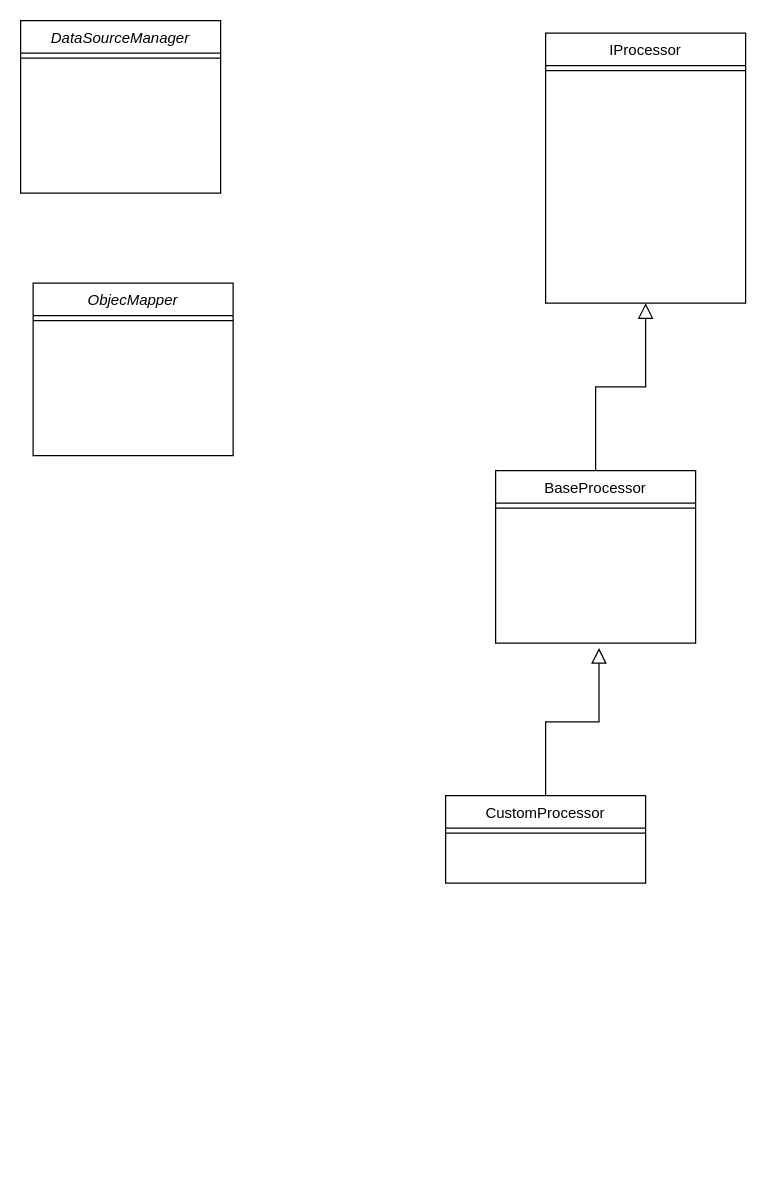
The draw.io diagram orm-framework-diagram.drawio in hoangankin2211/orm-prj, before the edit. Source tidied: cells renumbered, new cells numbered last; positions are measured from the earlier drawing's top-left corner, leaving out a move shared by most shapes. Both pictures are drawn from the tidied source at 125%, with x=0, y=0 at pixel (20, 20).
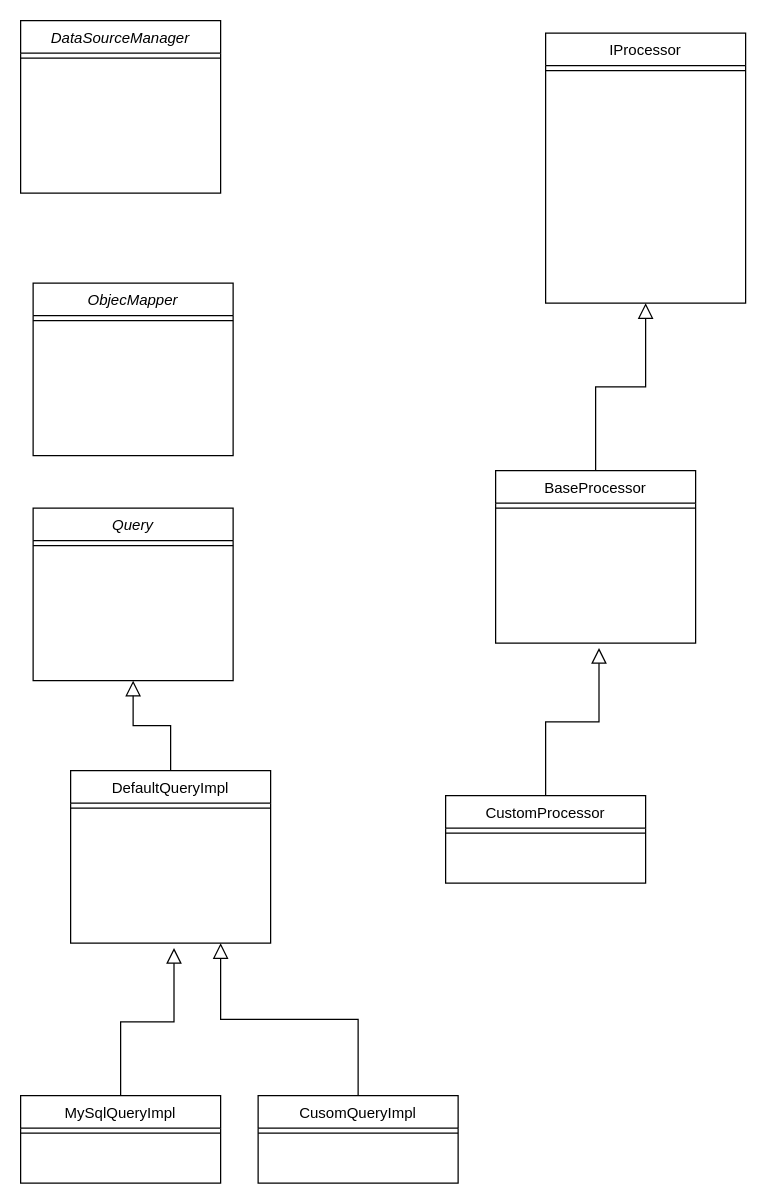
After the change.

Change to the diagram source:
```diff
@@
+    <mxCell id="14" value="Query" style="swimlane;fontStyle=2;align=center;verticalAlign=top;horizontal=1;startSize=26;rounded=0;shadow=0;strokeWidth=1;" parent="1" vertex="1">
+      <mxGeometry x="10" y="390" width="160" height="138" as="geometry" />
+    </mxCell>
+    <mxCell id="15" style="line;html=1;strokeWidth=1;align=left;verticalAlign=middle;spacingTop=-1;spacingLeft=3;spacingRight=3;labelPosition=right;" parent="14" vertex="1">
+      <mxGeometry y="26" width="160" height="8" as="geometry" />
+    </mxCell>
+    <mxCell id="16" value="DefaultQueryImpl" style="swimlane;fontStyle=0;align=center;verticalAlign=top;horizontal=1;startSize=26;rounded=0;shadow=0;strokeWidth=1;" parent="1" vertex="1">
+      <mxGeometry x="40" y="600" width="160" height="138" as="geometry" />
+    </mxCell>
+    <mxCell id="17" style="line;html=1;strokeWidth=1;align=left;verticalAlign=middle;spacingTop=-1;spacingLeft=3;spacingRight=3;labelPosition=right;" parent="16" vertex="1">
+      <mxGeometry y="26" width="160" height="8" as="geometry" />
+    </mxCell>
+    <mxCell id="18" value="MySqlQueryImpl&#10;" style="swimlane;fontStyle=0;align=center;verticalAlign=top;horizontal=1;startSize=26;rounded=0;shadow=0;strokeWidth=1;" parent="1" vertex="1">
+      <mxGeometry y="860" width="160" height="70" as="geometry" />
+    </mxCell>
+    <mxCell id="19" style="line;html=1;strokeWidth=1;align=left;verticalAlign=middle;spacingTop=-1;spacingLeft=3;spacingRight=3;labelPosition=right;" parent="18" vertex="1">
+      <mxGeometry y="26" width="160" height="8" as="geometry" />
+    </mxCell>
+    <mxCell id="20" style="endArrow=block;endSize=10;endFill=0;shadow=0;strokeWidth=1;rounded=0;edgeStyle=elbowEdgeStyle;elbow=vertical;entryX=0.517;entryY=1.15;entryDx=0;entryDy=0;entryPerimeter=0;exitX=0.5;exitY=0;exitDx=0;exitDy=0;" parent="1" edge="1" source="18">
+      <mxGeometry relative="1" as="geometry">
+        <mxPoint x="122.7" y="741.9" as="targetPoint" />
+      </mxGeometry>
+    </mxCell>
+    <mxCell id="21" value="CusomQueryImpl&#10;" style="swimlane;fontStyle=0;align=center;verticalAlign=top;horizontal=1;startSize=26;rounded=0;shadow=0;strokeWidth=1;" parent="1" vertex="1">
+      <mxGeometry x="190" y="860" width="160" height="70" as="geometry" />
+    </mxCell>
+    <mxCell id="22" style="line;html=1;strokeWidth=1;align=left;verticalAlign=middle;spacingTop=-1;spacingLeft=3;spacingRight=3;labelPosition=right;" parent="21" vertex="1">
+      <mxGeometry y="26" width="160" height="8" as="geometry" />
+    </mxCell>
+    <mxCell id="23" style="endArrow=block;endSize=10;endFill=0;shadow=0;strokeWidth=1;rounded=0;edgeStyle=elbowEdgeStyle;elbow=vertical;entryX=0.5;entryY=1;entryDx=0;entryDy=0;exitX=0.5;exitY=0;exitDx=0;exitDy=0;" parent="1" edge="1" source="16" target="14">
+      <mxGeometry relative="1" as="geometry" />
+    </mxCell>
+    <mxCell id="24" style="endArrow=block;endSize=10;endFill=0;shadow=0;strokeWidth=1;rounded=0;edgeStyle=elbowEdgeStyle;elbow=vertical;entryX=0.75;entryY=1;entryDx=0;entryDy=0;exitX=0.5;exitY=0;exitDx=0;exitDy=0;" parent="1" edge="1" source="21" target="16">
+      <mxGeometry relative="1" as="geometry" />
+    </mxCell>
```
